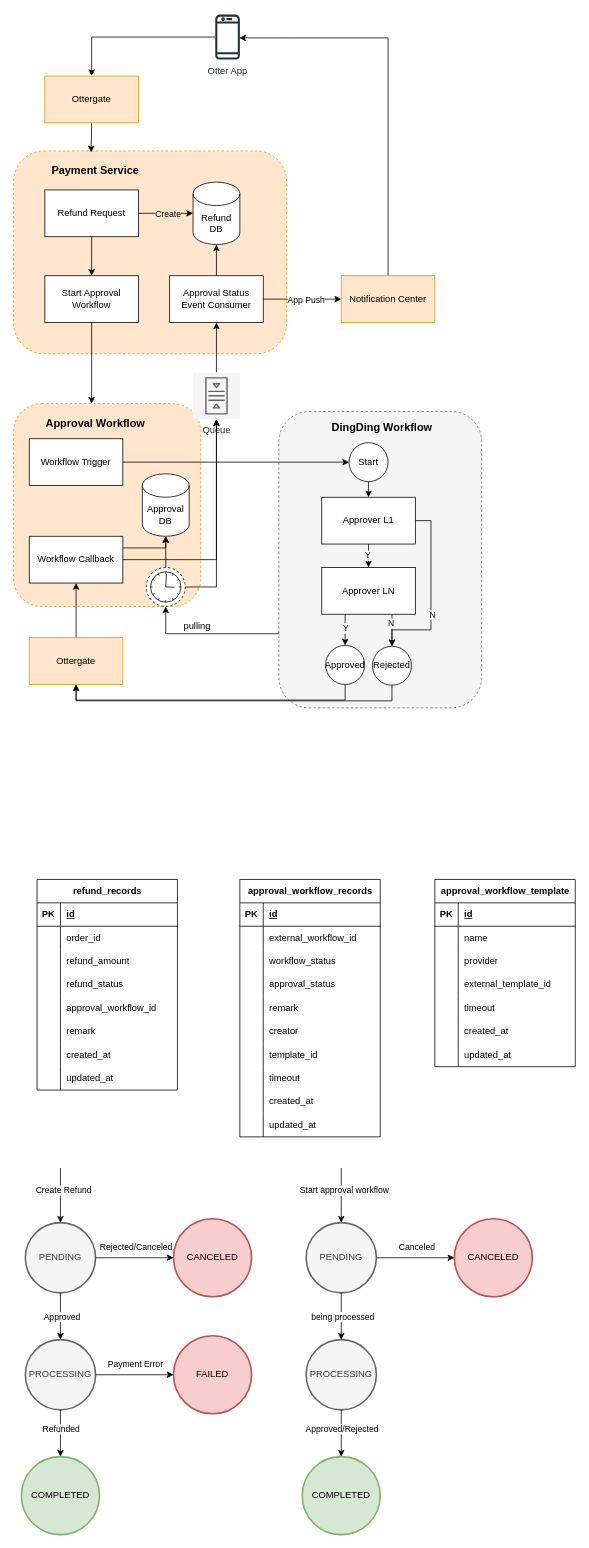
The draw.io diagram Refund Process.drawio in evagle/awesome, before the edit. Source tidied: cells renumbered, new cells numbered last; positions are measured from the earlier drawing's top-left corner, leaving out a move shared by most shapes. Both pictures are drawn from the tidied source at 78%, with x=0, y=0 at pixel (13, 13).
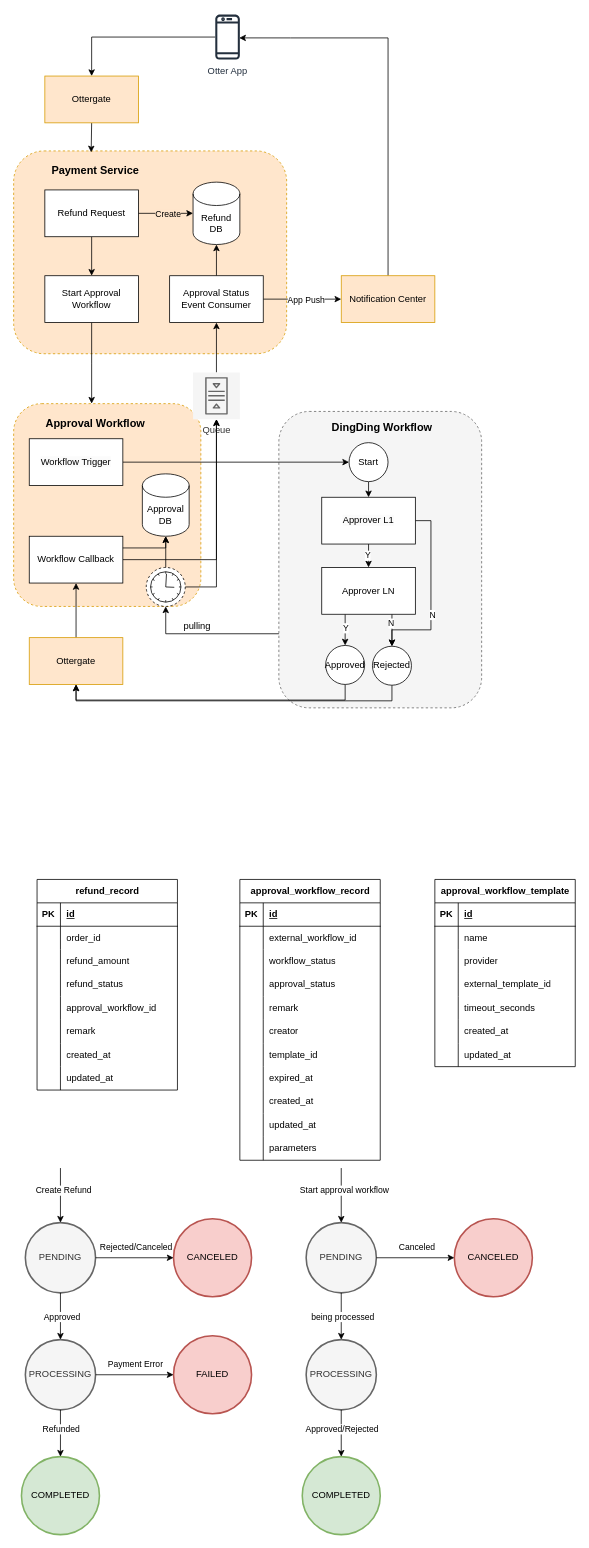
After the change.

Unchanged cells that the change refers to:
```xml
<mxCell id="96" style="shape=tableRow;horizontal=0;startSize=0;swimlaneHead=0;swimlaneBody=0;fillColor=none;top=0;left=0;right=0;bottom=0;" parent="74" vertex="1">
  <mxGeometry y="240" width="180" height="30" as="geometry" />
</mxCell>
<mxCell id="145" style="shape=tableRow;horizontal=0;startSize=0;swimlaneHead=0;swimlaneBody=0;fillColor=none;top=0;left=0;right=0;bottom=0;" parent="132" vertex="1">
  <mxGeometry y="150" width="180" height="30" as="geometry" />
</mxCell>
```

The edit, as a diff of the source:
```diff
@@
-    <mxCell id="49" value="refund_records" style="shape=table;startSize=30;childLayout=tableLayout;rowLines=0;fontStyle=1;align=center;html=1;" parent="1" vertex="1">
+    <mxCell id="49" value="refund_record" style="shape=table;startSize=30;childLayout=tableLayout;rowLines=0;fontStyle=1;align=center;html=1;" parent="1" vertex="1">
       <mxGeometry x="30" y="1110" width="180" height="270" as="geometry" />
     </mxCell>
@@
-    <mxCell id="74" value="approval_workflow_records" style="shape=table;startSize=30;childLayout=tableLayout;rowLines=0;fontStyle=1;align=center;html=1;" parent="1" vertex="1">
-      <mxGeometry x="290" y="1110" width="180" height="330" as="geometry" />
+    <mxCell id="74" value="approval_workflow_record" style="shape=table;startSize=30;childLayout=tableLayout;rowLines=0;fontStyle=1;align=center;html=1;" parent="1" vertex="1">
+      <mxGeometry x="290" y="1110" width="180" height="360" as="geometry" />
     </mxCell>
@@
-    <mxCell id="98" value="timeout" style="shape=partialRectangle;fillColor=none;top=0;left=0;bottom=0;right=0;align=left;spacingLeft=6;overflow=hidden;whiteSpace=wrap;html=1;" parent="96" vertex="1">
+    <mxCell id="98" value="expired_at" style="shape=partialRectangle;fillColor=none;top=0;left=0;bottom=0;right=0;align=left;spacingLeft=6;overflow=hidden;whiteSpace=wrap;html=1;" parent="96" vertex="1">
       <mxGeometry x="30" width="150" height="30" as="geometry" />
     </mxCell>
@@
+    <mxCell id="162" style="shape=tableRow;horizontal=0;startSize=0;swimlaneHead=0;swimlaneBody=0;fillColor=none;top=0;left=0;right=0;bottom=0;" parent="74" vertex="1">
+      <mxGeometry y="330" width="180" height="30" as="geometry" />
+    </mxCell>
+    <mxCell id="163" style="shape=partialRectangle;fillColor=none;top=0;left=0;bottom=0;right=0;overflow=hidden;whiteSpace=wrap;html=1;" parent="162" vertex="1">
+      <mxGeometry width="30" height="30" as="geometry" />
+    </mxCell>
+    <mxCell id="164" value="parameters" style="shape=partialRectangle;fillColor=none;top=0;left=0;bottom=0;right=0;align=left;spacingLeft=6;overflow=hidden;whiteSpace=wrap;html=1;" parent="162" vertex="1">
+      <mxGeometry x="30" width="150" height="30" as="geometry" />
+    </mxCell>
@@
-    <mxCell id="147" value="timeout" style="shape=partialRectangle;fillColor=none;top=0;left=0;bottom=0;right=0;align=left;spacingLeft=6;overflow=hidden;whiteSpace=wrap;html=1;" parent="145" vertex="1">
+    <mxCell id="147" value="timeout_seconds" style="shape=partialRectangle;fillColor=none;top=0;left=0;bottom=0;right=0;align=left;spacingLeft=6;overflow=hidden;whiteSpace=wrap;html=1;" parent="145" vertex="1">
       <mxGeometry x="30" width="150" height="30" as="geometry" />
     </mxCell>
```
